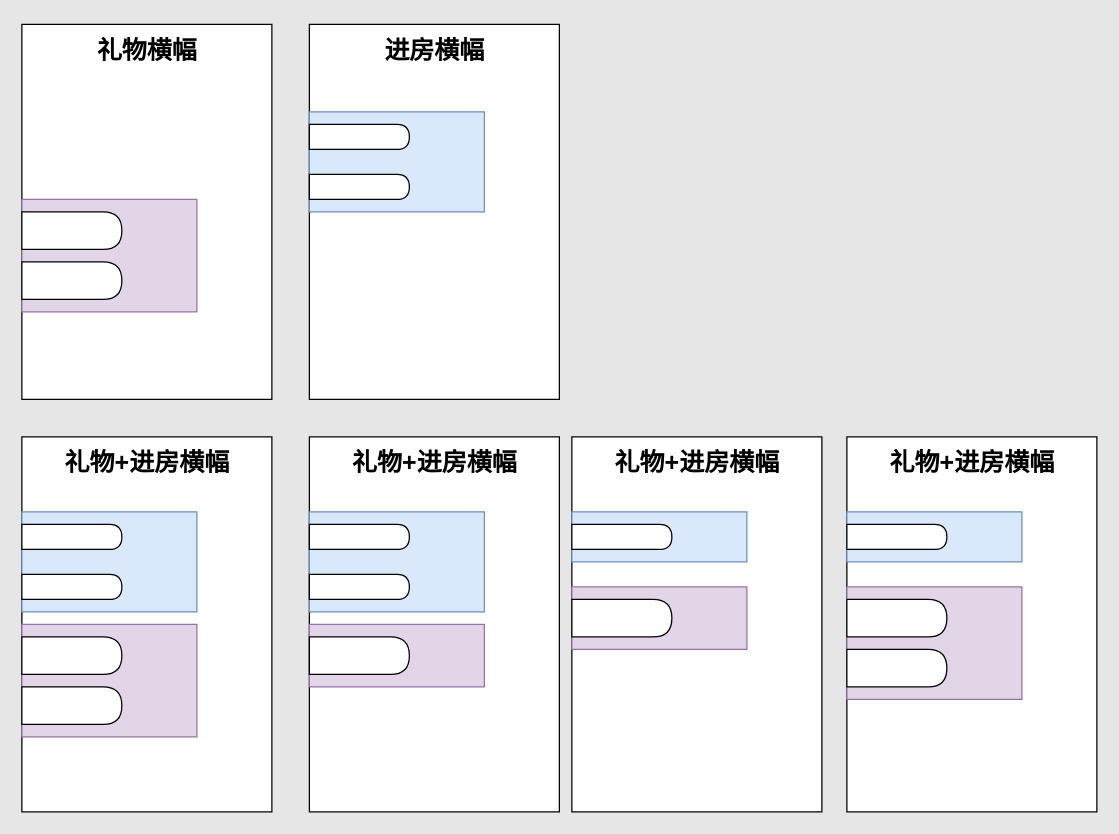
The draw.io diagram 横幅.drawio in litaihui/tips, before the edit. Source tidied: cells renumbered, new cells numbered last; positions are measured from the earlier drawing's top-left corner, leaving out a move shared by most shapes. Both pictures are drawn from the tidied source at 125%, with x=0, y=0 at pixel (21, 24).
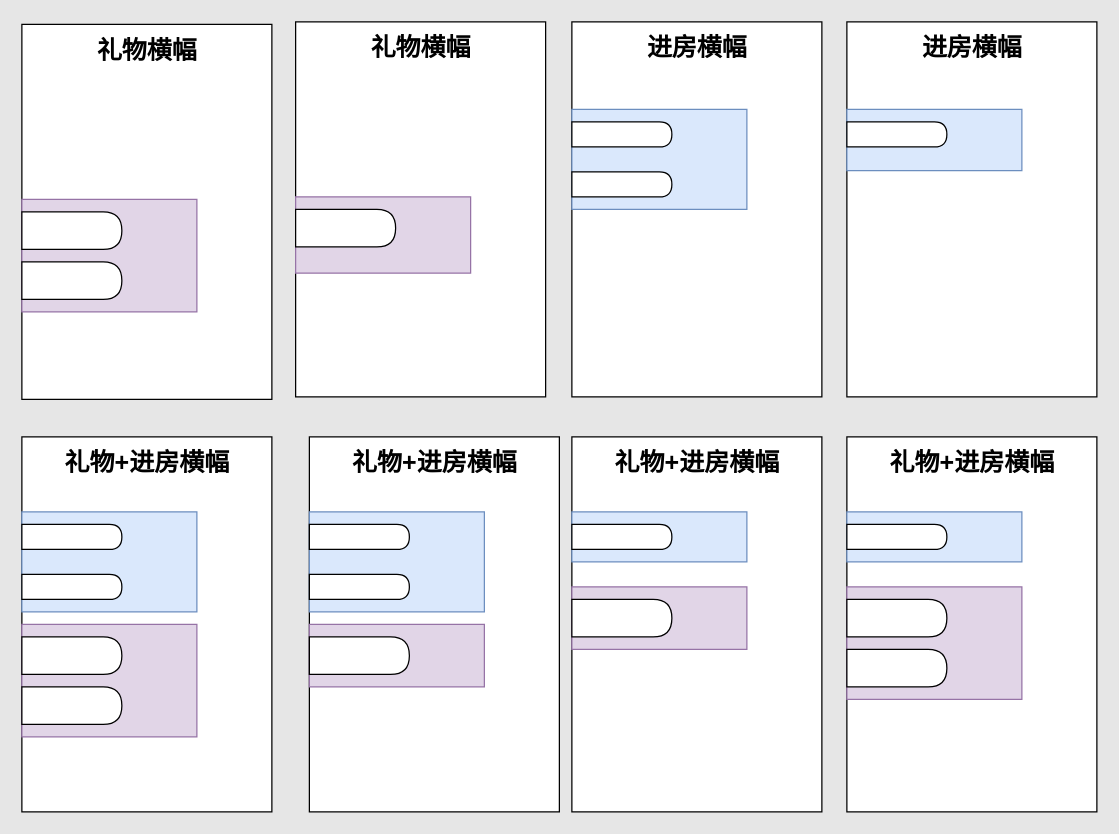
The same page after the edit.

Diff of the diagram source:
```diff
@@
     <mxCell id="7" style="rounded=0;whiteSpace=wrap;html=1;" parent="1" vertex="1">
-      <mxGeometry x="230" width="200" height="300" as="geometry" />
+      <mxGeometry x="440" y="-2" width="200" height="300" as="geometry" />
     </mxCell>
     <mxCell id="8" style="rounded=0;whiteSpace=wrap;html=1;fillColor=#dae8fc;strokeColor=#6c8ebf;" parent="1" vertex="1">
-      <mxGeometry x="230" y="70" width="140" height="80" as="geometry" />
+      <mxGeometry x="440" y="68" width="140" height="80" as="geometry" />
     </mxCell>
     <mxCell id="9" style="shape=delay;whiteSpace=wrap;html=1;rounded=0;" parent="1" vertex="1">
-      <mxGeometry x="230" y="80" width="80" height="20" as="geometry" />
+      <mxGeometry x="440" y="78" width="80" height="20" as="geometry" />
     </mxCell>
     <mxCell id="10" style="shape=delay;whiteSpace=wrap;html=1;rounded=0;" parent="1" vertex="1">
-      <mxGeometry x="230" y="120" width="80" height="20" as="geometry" />
+      <mxGeometry x="440" y="118" width="80" height="20" as="geometry" />
     </mxCell>
     <mxCell id="11" value="进房横幅" style="text;strokeColor=none;fillColor=none;html=1;fontSize=20;fontStyle=1;verticalAlign=middle;align=center;rounded=0;" parent="1" vertex="1">
-      <mxGeometry x="280" width="100" height="40" as="geometry" />
+      <mxGeometry x="490" y="-2" width="100" height="40" as="geometry" />
     </mxCell>
@@
+    <mxCell id="40" style="rounded=0;whiteSpace=wrap;html=1;" parent="1" vertex="1">
+      <mxGeometry x="219" y="-2" width="200" height="300" as="geometry" />
+    </mxCell>
+    <mxCell id="41" style="rounded=0;whiteSpace=wrap;html=1;fillColor=#e1d5e7;strokeColor=#9673a6;" parent="1" vertex="1">
+      <mxGeometry x="219" y="138" width="140" height="61" as="geometry" />
+    </mxCell>
+    <mxCell id="42" style="shape=delay;whiteSpace=wrap;html=1;rounded=0;" parent="1" vertex="1">
+      <mxGeometry x="219" y="148" width="80" height="30" as="geometry" />
+    </mxCell>
+    <mxCell id="43" value="礼物横幅" style="text;strokeColor=none;fillColor=none;html=1;fontSize=20;fontStyle=1;verticalAlign=middle;align=center;rounded=0;" parent="1" vertex="1">
+      <mxGeometry x="269" y="-2" width="100" height="40" as="geometry" />
+    </mxCell>
+    <mxCell id="44" style="rounded=0;whiteSpace=wrap;html=1;" parent="1" vertex="1">
+      <mxGeometry x="660" y="-2" width="200" height="300" as="geometry" />
+    </mxCell>
+    <mxCell id="45" style="rounded=0;whiteSpace=wrap;html=1;fillColor=#dae8fc;strokeColor=#6c8ebf;" parent="1" vertex="1">
+      <mxGeometry x="660" y="68" width="140" height="49" as="geometry" />
+    </mxCell>
+    <mxCell id="46" style="shape=delay;whiteSpace=wrap;html=1;rounded=0;" parent="1" vertex="1">
+      <mxGeometry x="660" y="78" width="80" height="20" as="geometry" />
+    </mxCell>
+    <mxCell id="47" value="进房横幅" style="text;strokeColor=none;fillColor=none;html=1;fontSize=20;fontStyle=1;verticalAlign=middle;align=center;rounded=0;" parent="1" vertex="1">
+      <mxGeometry x="710" y="-2" width="100" height="40" as="geometry" />
+    </mxCell>
```
